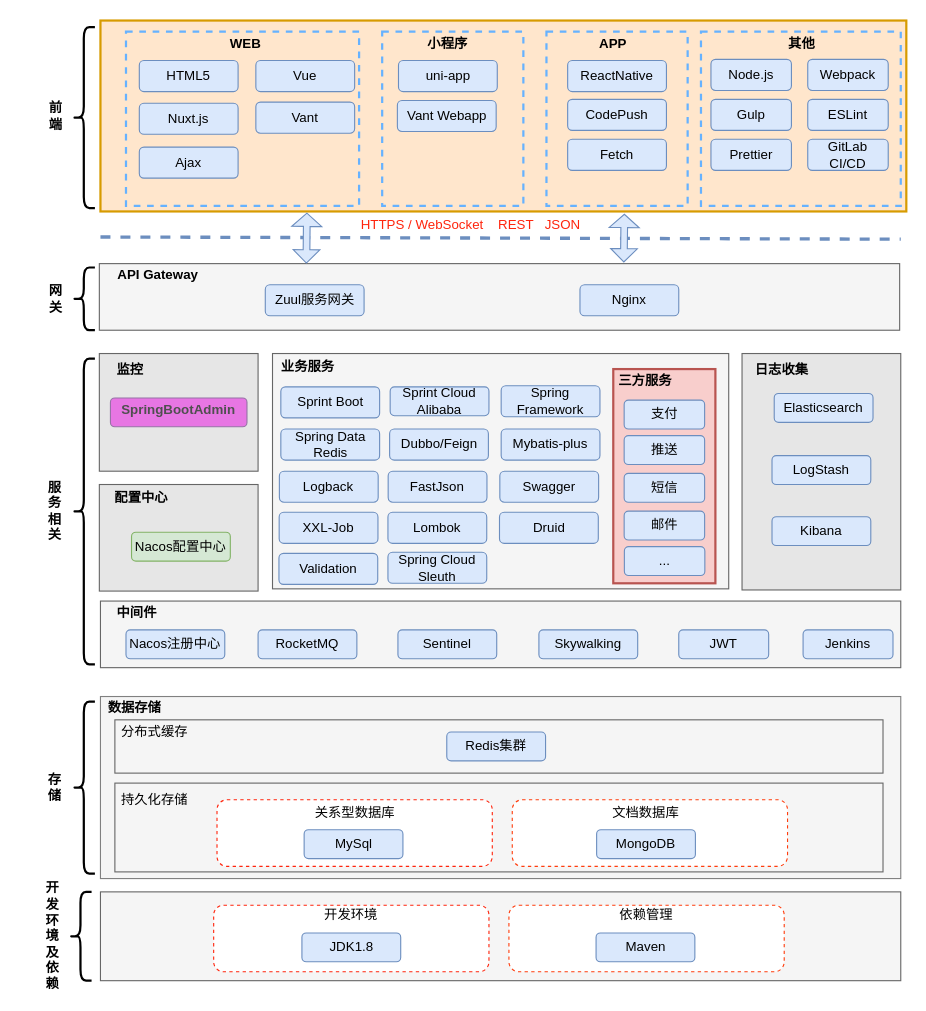
The draw.io diagram 汽车公司技术架构图-new.drawio in ammengke/my-drawio, before the edit. Source tidied: cells renumbered, new cells numbered last; positions are measured from the earlier drawing's top-left corner, leaving out a move shared by most shapes. Both pictures are drawn from the tidied source at 111%, with x=0, y=0 at pixel (19, 20).
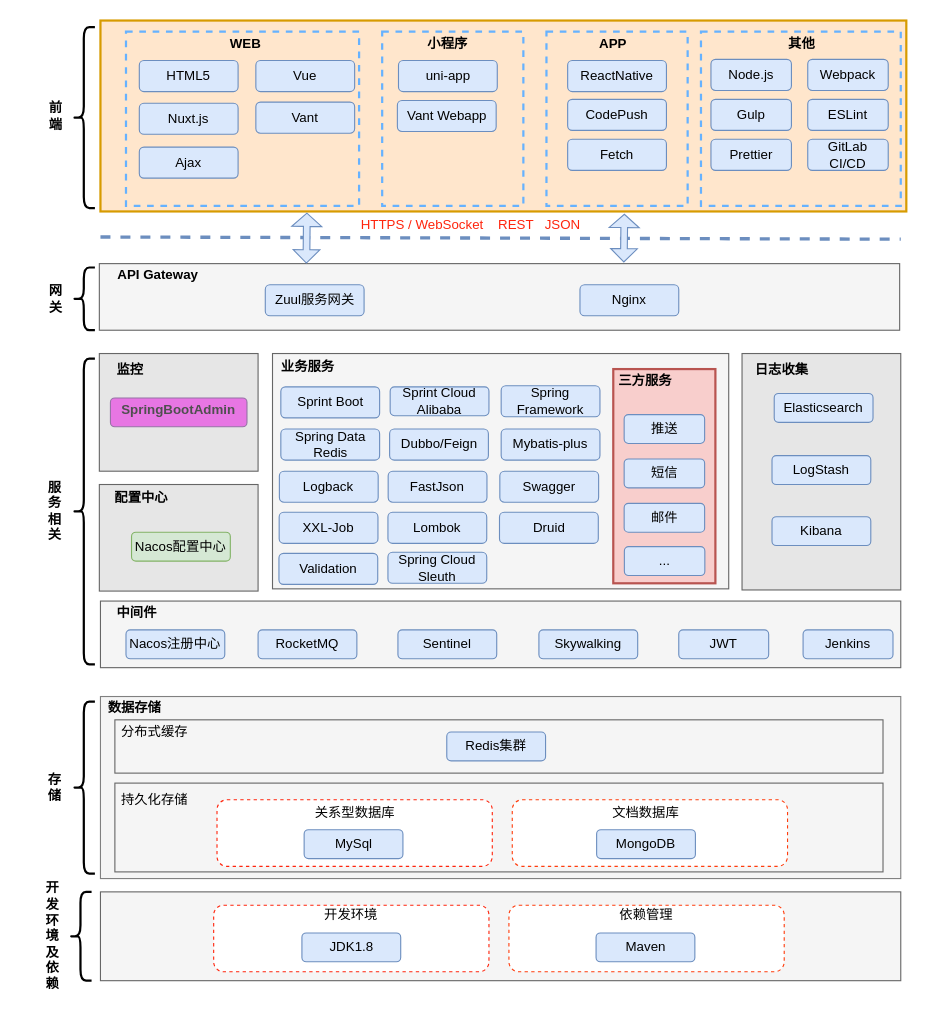
After the change.

Commit message:
更新汽车公司技术架构图-new.drawio

The edit, as a diff of the source:
```diff
@@
-    <mxCell id="54" value="支付" style="rounded=1;whiteSpace=wrap;html=1;strokeColor=#6c8ebf;fillColor=#dae8fc;fontFamily=Helvetica;" parent="1" vertex="1">
-      <mxGeometry x="544.8" y="342" width="72.5" height="26" as="geometry" />
-    </mxCell>
     <mxCell id="55" value="推送" style="rounded=1;whiteSpace=wrap;html=1;strokeColor=#6c8ebf;fillColor=#dae8fc;fontFamily=Helvetica;" parent="1" vertex="1">
-      <mxGeometry x="544.8" y="374" width="72.5" height="26" as="geometry" />
+      <mxGeometry x="544.8" y="355" width="72.5" height="26" as="geometry" />
     </mxCell>
     <mxCell id="56" value="短信" style="rounded=1;whiteSpace=wrap;html=1;strokeColor=#6c8ebf;fillColor=#dae8fc;fontFamily=Helvetica;" parent="1" vertex="1">
-      <mxGeometry x="544.8" y="408" width="72.5" height="26" as="geometry" />
+      <mxGeometry x="544.8" y="395" width="72.5" height="26" as="geometry" />
     </mxCell>
     <mxCell id="57" value="邮件" style="rounded=1;whiteSpace=wrap;html=1;strokeColor=#6c8ebf;fillColor=#dae8fc;fontFamily=Helvetica;" parent="1" vertex="1">
-      <mxGeometry x="544.8" y="442" width="72.5" height="26" as="geometry" />
+      <mxGeometry x="544.8" y="435" width="72.5" height="26" as="geometry" />
     </mxCell>
```
